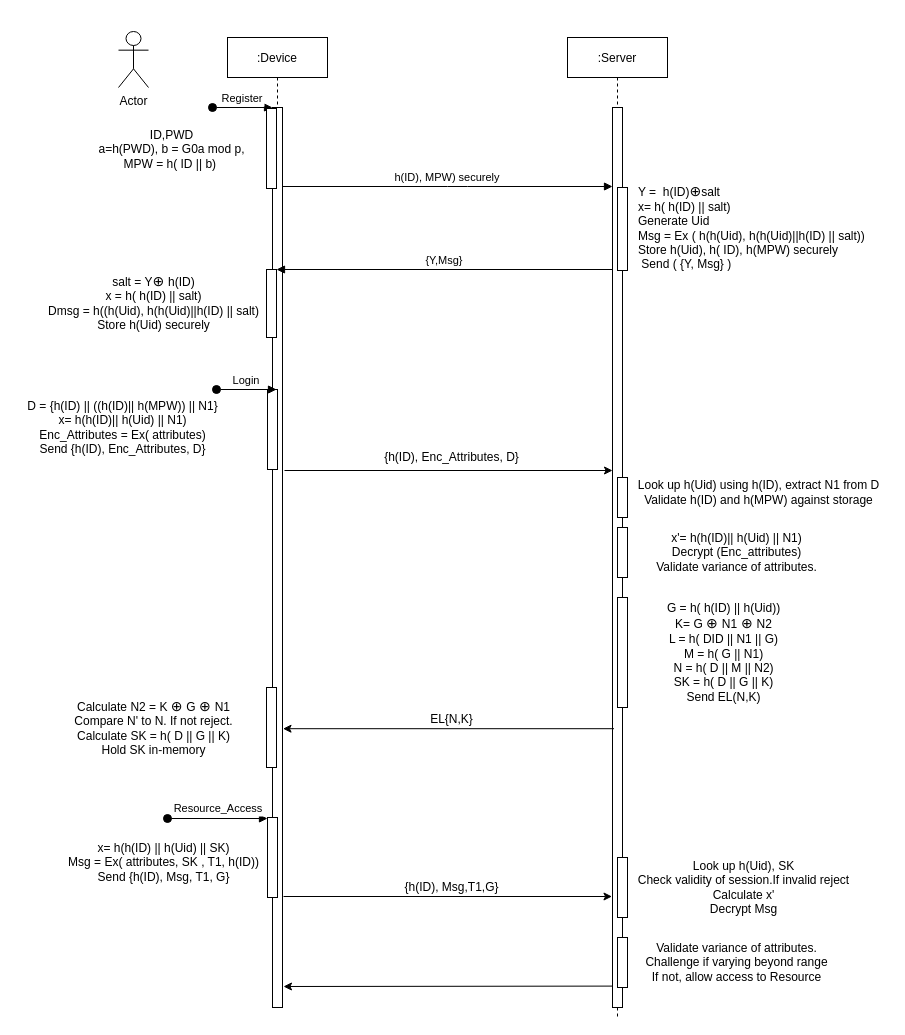
Above: ResourceAccess_Sequence_Diagram.drawio in vivinkrishnan/drawio (draw.io), before the change. Source tidied: cells renumbered, new cells numbered last; positions are measured from the earlier drawing's top-left corner, leaving out a move shared by most shapes. Both pictures are drawn from the tidied source at 100%, with x=0, y=0 at pixel (17, 31).
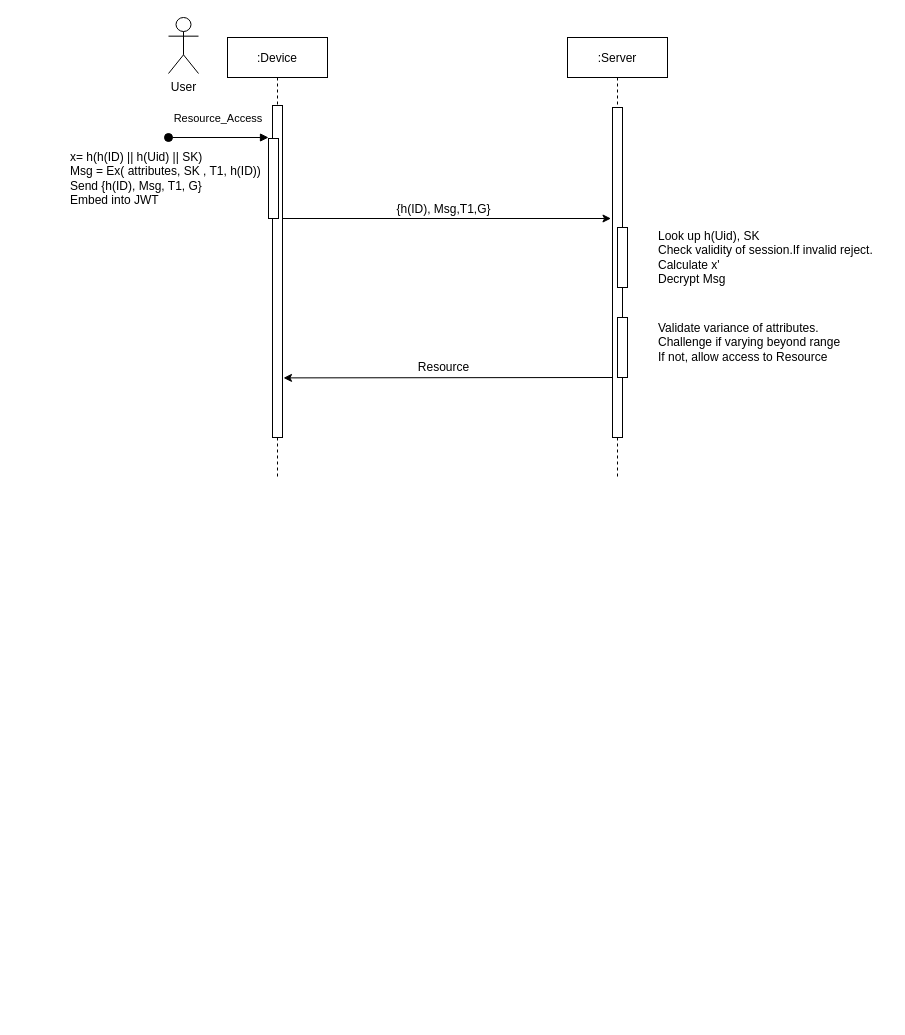
After the change.

What changed in the source:
```diff
@@
     <mxCell id="2" value=":Device" style="shape=umlLifeline;perimeter=lifelinePerimeter;rounded=0;shadow=0;strokeWidth=1;" parent="1" vertex="1">
-      <mxGeometry x="210" y="6" width="100" height="970" as="geometry" />
+      <mxGeometry x="210" y="6" width="100" height="440" as="geometry" />
     </mxCell>
-    <mxCell id="3" style="points=[];perimeter=orthogonalPerimeter;rounded=0;shadow=0;strokeWidth=1;" parent="2" vertex="1">
-      <mxGeometry x="45" y="70" width="10" height="900" as="geometry" />
-    </mxCell>
-    <mxCell id="4" value="Register" style="verticalAlign=bottom;startArrow=oval;endArrow=block;startSize=8;shadow=0;strokeWidth=1;" parent="2" edge="1" target="3">
-      <mxGeometry relative="1" as="geometry">
-        <mxPoint x="-15" y="70" as="sourcePoint" />
-      </mxGeometry>
-    </mxCell>
-    <mxCell id="5" style="points=[];perimeter=orthogonalPerimeter;rounded=0;shadow=0;strokeWidth=1;" parent="2" vertex="1">
-      <mxGeometry x="39" y="232" width="10" height="68" as="geometry" />
-    </mxCell>
-    <mxCell id="6" style="html=1;perimeter=orthogonalPerimeter;" parent="2" vertex="1">
-      <mxGeometry x="40" y="352" width="10" height="80" as="geometry" />
-    </mxCell>
-    <mxCell id="7" style="html=1;perimeter=orthogonalPerimeter;" parent="2" vertex="1">
-      <mxGeometry x="39" y="71" width="10" height="80" as="geometry" />
-    </mxCell>
-    <mxCell id="8" value="Login" style="verticalAlign=bottom;startArrow=oval;endArrow=block;startSize=8;shadow=0;strokeWidth=1;" parent="2" edge="1">
-      <mxGeometry relative="1" as="geometry">
-        <mxPoint x="-11" y="352" as="sourcePoint" />
-        <mxPoint x="49" y="352" as="targetPoint" />
-      </mxGeometry>
-    </mxCell>
-    <mxCell id="9" style="html=1;perimeter=orthogonalPerimeter;" parent="2" vertex="1">
-      <mxGeometry x="39" y="650" width="10" height="80" as="geometry" />
-    </mxCell>
-    <mxCell id="10" style="html=1;perimeter=orthogonalPerimeter;" parent="2" vertex="1">
-      <mxGeometry x="40" y="780" width="10" height="80" as="geometry" />
-    </mxCell>
-    <mxCell id="11" value="Resource_Access" style="verticalAlign=bottom;startArrow=oval;endArrow=block;startSize=8;shadow=0;strokeWidth=1;" parent="2" edge="1">
-      <mxGeometry x="0.02" y="1" relative="1" as="geometry">
-        <mxPoint x="-60" y="781" as="sourcePoint" />
-        <mxPoint x="40" y="781" as="targetPoint" />
-      </mxGeometry>
-    </mxCell>
     <mxCell id="12" value=":Server" style="shape=umlLifeline;perimeter=lifelinePerimeter;rounded=0;shadow=0;strokeWidth=1;" parent="1" vertex="1">
-      <mxGeometry x="550" y="6" width="100" height="980" as="geometry" />
+      <mxGeometry x="550" y="6" width="100" height="440" as="geometry" />
     </mxCell>
     <mxCell id="13" style="perimeter=orthogonalPerimeter;rounded=0;shadow=0;strokeWidth=1;" parent="12" vertex="1">
-      <mxGeometry x="45" y="70" width="10" height="900" as="geometry" />
+      <mxGeometry x="45" y="70" width="10" height="330" as="geometry" />
     </mxCell>
-    <mxCell id="14" style="html=1;perimeter=orthogonalPerimeter;" parent="12" vertex="1">
-      <mxGeometry x="50" y="150" width="10" height="83" as="geometry" />
-    </mxCell>
-    <mxCell id="15" style="html=1;perimeter=orthogonalPerimeter;" parent="12" vertex="1">
-      <mxGeometry x="50" y="820" width="10" height="60" as="geometry" />
-    </mxCell>
-    <mxCell id="16" style="html=1;perimeter=orthogonalPerimeter;" parent="12" vertex="1">
-      <mxGeometry x="50" y="900" width="10" height="50" as="geometry" />
-    </mxCell>
-    <mxCell id="17" style="html=1;perimeter=orthogonalPerimeter;" parent="12" vertex="1">
-      <mxGeometry x="50" y="440" width="10" height="40" as="geometry" />
-    </mxCell>
-    <mxCell id="18" style="html=1;perimeter=orthogonalPerimeter;" parent="12" vertex="1">
-      <mxGeometry x="50" y="490" width="10" height="50" as="geometry" />
-    </mxCell>
-    <mxCell id="19" style="html=1;perimeter=orthogonalPerimeter;" parent="12" vertex="1">
-      <mxGeometry x="50" y="560" width="10" height="110" as="geometry" />
-    </mxCell>
-    <mxCell id="20" value="h(ID), MPW) securely" style="verticalAlign=bottom;endArrow=block;entryX=0;entryY=0;shadow=0;strokeWidth=1;" parent="1" edge="1">
-      <mxGeometry relative="1" as="geometry">
-        <mxPoint x="265" y="155" as="sourcePoint" />
-        <mxPoint x="595" y="155" as="targetPoint" />
-        <Array as="points">
-          <mxPoint x="440" y="155" />
-        </Array>
-      </mxGeometry>
-    </mxCell>
-    <mxCell id="21" value="{Y,Msg}" style="verticalAlign=bottom;endArrow=block;entryX=1;entryY=0;shadow=0;strokeWidth=1;" parent="1" edge="1" target="5">
-      <mxGeometry relative="1" as="geometry">
-        <mxPoint x="595" y="238" as="sourcePoint" />
-      </mxGeometry>
-    </mxCell>
+    <mxCell id="38" style="endArrow=classic;html=1;rounded=0;exitX=0;exitY=0.972;exitDx=0;exitDy=0;exitPerimeter=0;" parent="12" edge="1">
+      <mxGeometry relative="1" as="geometry">
+        <mxPoint x="45" y="340" as="sourcePoint" />
+        <mxPoint x="-284" y="340.4" as="targetPoint" />
+      </mxGeometry>
+    </mxCell>
+    <mxCell id="41" style="html=1;perimeter=orthogonalPerimeter;" parent="12" vertex="1">
+      <mxGeometry x="50" y="280" width="10" height="60" as="geometry" />
+    </mxCell>
+    <mxCell id="42" style="html=1;perimeter=orthogonalPerimeter;" parent="12" vertex="1">
+      <mxGeometry x="50" y="190" width="10" height="60" as="geometry" />
+    </mxCell>
-    <mxCell id="22" value="Actor" style="shape=umlActor;verticalLabelPosition=bottom;verticalAlign=top;html=1;" parent="1" vertex="1">
-      <mxGeometry x="101" width="30" height="56" as="geometry" />
+    <mxCell id="22" value="User" style="shape=umlActor;verticalLabelPosition=bottom;verticalAlign=top;html=1;" parent="1" vertex="1">
+      <mxGeometry x="151" y="-14" width="30" height="56" as="geometry" />
     </mxCell>
-    <mxCell id="23" value="ID,PWD&lt;br&gt;a=h(PWD), b = G0a mod p,&lt;br&gt;MPW = h( ID || b)&amp;nbsp;" style="text;html=1;align=center;verticalAlign=middle;strokeColor=none;fillColor=none;" parent="1" vertex="1">
-      <mxGeometry x="74" y="93" width="160" height="50" as="geometry" />
-    </mxCell>
-    <mxCell id="24" value="Y =&amp;nbsp; h(ID)&lt;span id=&quot;docs-internal-guid-e49e2a0b-7fff-2932-c1dd-dcc5686d5943&quot;&gt;&lt;span style=&quot;background-color: rgb(255 , 255 , 255) ; vertical-align: baseline&quot;&gt;&lt;font style=&quot;font-size: 14px&quot;&gt;⊕&lt;/font&gt;&lt;/span&gt;&lt;/span&gt;salt &lt;br&gt;x= h( h(ID) || salt)&lt;br&gt;Generate Uid&lt;br&gt;Msg = Ex ( h(h(Uid), h(h(Uid)||h(ID) || salt))&lt;br&gt;Store h(Uid), h( ID), h(MPW) securely&lt;br&gt;&amp;nbsp;Send ( {Y, Msg} )" style="text;html=1;align=left;verticalAlign=middle;strokeColor=none;fillColor=none;" parent="1" vertex="1">
-      <mxGeometry x="619" y="151" width="240" height="90" as="geometry" />
-    </mxCell>
-    <mxCell id="25" value="salt = Y&lt;span style=&quot;font-size: 14px ; text-align: left ; background-color: rgb(255 , 255 , 255)&quot;&gt;⊕ &lt;/span&gt;&lt;span style=&quot;text-align: left ; background-color: rgb(255 , 255 , 255)&quot;&gt;&lt;font style=&quot;font-size: 12px&quot;&gt;h(ID)&lt;br&gt;x = h( h(ID) || salt)&lt;br&gt;Dmsg = h(&lt;/font&gt;&lt;/span&gt;&lt;span style=&quot;text-align: left&quot;&gt;(h(Uid), h(h(Uid)||h(ID) || salt)&lt;br&gt;&lt;/span&gt;&lt;span style=&quot;text-align: left ; background-color: rgb(255 , 255 , 255)&quot;&gt;&lt;font style=&quot;font-size: 12px&quot;&gt;Store h(Uid) securely&lt;br&gt;&lt;/font&gt;&lt;/span&gt;" style="text;html=1;align=center;verticalAlign=middle;strokeColor=none;fillColor=none;" parent="1" vertex="1">
-      <mxGeometry x="21" y="241" width="230" height="60" as="geometry" />
-    </mxCell>
-    <mxCell id="26" value="D = {h(ID) || ((h(ID)|| h(MPW)) || N1}&lt;br&gt;x= h(h(ID)|| h(Uid) || N1)&lt;br&gt;Enc_Attributes = Ex( attributes)&lt;br&gt;Send {h(ID), Enc_Attributes, D}" style="text;html=1;align=center;verticalAlign=middle;strokeColor=none;fillColor=none;fontSize=12;fontFamily=Helvetica;fontColor=#000000;" parent="1" vertex="1">
-      <mxGeometry y="366" width="210" height="60" as="geometry" />
-    </mxCell>
-    <mxCell id="27" style="endArrow=classic;html=1;rounded=0;fontFamily=Helvetica;fontSize=12;fontColor=#000000;" parent="1" edge="1">
-      <mxGeometry relative="1" as="geometry">
-        <mxPoint x="267" y="439" as="sourcePoint" />
-        <mxPoint x="595" y="439" as="targetPoint" />
-      </mxGeometry>
-    </mxCell>
-    <mxCell id="28" value="{h(ID), Enc_Attributes, D}" style="text;html=1;align=center;verticalAlign=middle;strokeColor=none;fillColor=none;fontSize=12;fontFamily=Helvetica;fontColor=#000000;" parent="1" vertex="1">
-      <mxGeometry x="359" y="416" width="150" height="20" as="geometry" />
-    </mxCell>
-    <mxCell id="29" value="Look up h(Uid) using h(ID), extract N1 from D&lt;br&gt;Validate h(ID) and h(MPW) against storage&lt;span style=&quot;text-align: left ; background-color: rgb(255 , 255 , 255)&quot;&gt;&lt;font style=&quot;font-size: 12px&quot;&gt;&lt;br&gt;&lt;/font&gt;&lt;/span&gt;" style="text;html=1;align=center;verticalAlign=middle;strokeColor=none;fillColor=none;fontSize=12;fontFamily=Helvetica;fontColor=#000000;" parent="1" vertex="1">
-      <mxGeometry x="611" y="446" width="260" height="30" as="geometry" />
-    </mxCell>
-    <mxCell id="30" style="endArrow=classic;html=1;rounded=0;" parent="1" edge="1">
-      <mxGeometry relative="1" as="geometry">
-        <mxPoint x="596.5" y="697.2" as="sourcePoint" />
-        <mxPoint x="265.5" y="697.2" as="targetPoint" />
-      </mxGeometry>
-    </mxCell>
-    <mxCell id="31" value="EL{N,K}" style="text;html=1;align=center;verticalAlign=middle;strokeColor=none;fillColor=none;" parent="1" vertex="1">
-      <mxGeometry x="404" y="678" width="60" height="20" as="geometry" />
-    </mxCell>
-    <mxCell id="32" value="Calculate N2 = K&amp;nbsp;&lt;span style=&quot;font-size: 14px ; text-align: left ; background-color: rgb(255 , 255 , 255)&quot;&gt;⊕&amp;nbsp;&lt;/span&gt;G&amp;nbsp;&lt;span style=&quot;font-size: 14px ; text-align: left ; background-color: rgb(255 , 255 , 255)&quot;&gt;⊕&amp;nbsp;&lt;/span&gt;&lt;span style=&quot;text-align: left ; background-color: rgb(255 , 255 , 255)&quot;&gt;N1&lt;br&gt;&lt;/span&gt;Compare N' to N. If not reject.&lt;br&gt;Calculate SK = h( D || G || K)&lt;br&gt;Hold SK in-memory&lt;br&gt;" style="text;html=1;align=center;verticalAlign=middle;strokeColor=none;fillColor=none;" parent="1" vertex="1">
-      <mxGeometry x="51" y="666" width="170" height="60" as="geometry" />
-    </mxCell>
-    <mxCell id="33" value="x= h(h(ID) || h(Uid) || SK)&lt;br&gt;Msg = Ex( attributes, SK , T1, h(ID))&lt;br&gt;Send {h(ID), Msg, T1, G}" style="text;html=1;align=center;verticalAlign=middle;strokeColor=none;fillColor=none;" parent="1" vertex="1">
-      <mxGeometry x="41" y="806" width="210" height="50" as="geometry" />
+    <mxCell id="33" value="x= h(h(ID) || h(Uid) || SK)&lt;br&gt;Msg = Ex( attributes, SK , T1, h(ID))&lt;br&gt;Send {h(ID), Msg, T1, G}&lt;br&gt;Embed into JWT" style="text;html=1;align=left;verticalAlign=middle;strokeColor=none;fillColor=none;" parent="1" vertex="1">
+      <mxGeometry x="51" y="117" width="210" height="60" as="geometry" />
     </mxCell>
     <mxCell id="34" style="endArrow=classic;html=1;rounded=0;" parent="1" edge="1">
       <mxGeometry relative="1" as="geometry">
-        <mxPoint x="266" y="865" as="sourcePoint" />
-        <mxPoint x="594.5" y="865" as="targetPoint" />
+        <mxPoint x="265" y="187" as="sourcePoint" />
+        <mxPoint x="593.5" y="187" as="targetPoint" />
       </mxGeometry>
     </mxCell>
     <mxCell id="35" value="{h(ID), Msg,T1,G}" style="text;html=1;align=center;verticalAlign=middle;strokeColor=none;fillColor=none;" parent="1" vertex="1">
-      <mxGeometry x="379" y="846" width="110" height="20" as="geometry" />
+      <mxGeometry x="371" y="168" width="110" height="20" as="geometry" />
     </mxCell>
-    <mxCell id="36" value="Look up h(Uid), SK&lt;br&gt;Check validity of session.If invalid reject&lt;br&gt;Calculate x'&lt;br&gt;Decrypt Msg" style="text;html=1;align=center;verticalAlign=middle;strokeColor=none;fillColor=none;" parent="1" vertex="1">
-      <mxGeometry x="611" y="826" width="230" height="60" as="geometry" />
+    <mxCell id="36" value="Look up h(Uid), SK&lt;br&gt;Check validity of session.If invalid reject.&lt;br&gt;Calculate x'&lt;br&gt;Decrypt Msg" style="text;html=1;align=left;verticalAlign=middle;strokeColor=none;fillColor=none;" parent="1" vertex="1">
+      <mxGeometry x="639" y="196" width="230" height="60" as="geometry" />
     </mxCell>
-    <mxCell id="37" value="Validate variance of attributes.&lt;br&gt;Challenge if varying beyond range&lt;br&gt;If not, allow access to Resource" style="text;html=1;align=center;verticalAlign=middle;strokeColor=none;fillColor=none;" parent="1" vertex="1">
-      <mxGeometry x="619" y="906" width="200" height="50" as="geometry" />
+    <mxCell id="37" value="Validate variance of attributes.&lt;br&gt;Challenge if varying beyond range&lt;br&gt;If not, allow access to Resource" style="text;html=1;align=left;verticalAlign=middle;strokeColor=none;fillColor=none;" parent="1" vertex="1">
+      <mxGeometry x="639" y="286" width="200" height="50" as="geometry" />
     </mxCell>
-    <mxCell id="38" style="endArrow=classic;html=1;rounded=0;exitX=0;exitY=0.972;exitDx=0;exitDy=0;exitPerimeter=0;" parent="1" edge="1">
-      <mxGeometry relative="1" as="geometry">
-        <mxPoint x="595" y="954.6" as="sourcePoint" />
-        <mxPoint x="266" y="955" as="targetPoint" />
-      </mxGeometry>
-    </mxCell>
-    <mxCell id="39" value="x'= h(h(ID)|| h(Uid) || N1)&lt;br&gt;Decrypt (Enc_attributes)&lt;br&gt;Validate variance of attributes." style="text;html=1;align=center;verticalAlign=middle;strokeColor=none;fillColor=none;" parent="1" vertex="1">
-      <mxGeometry x="629" y="496" width="180" height="50" as="geometry" />
-    </mxCell>
-    <mxCell id="40" value="G = h( h(ID) || h(Uid))&lt;br&gt;K= G&amp;nbsp;&lt;span style=&quot;font-size: 14px ; text-align: left ; background-color: rgb(255 , 255 , 255)&quot;&gt;⊕&amp;nbsp;&lt;/span&gt;&lt;span style=&quot;text-align: left ; background-color: rgb(255 , 255 , 255)&quot;&gt;N1&lt;/span&gt;&lt;span style=&quot;font-size: 14px ; text-align: left ; background-color: rgb(255 , 255 , 255)&quot;&gt;&amp;nbsp;&lt;/span&gt;&lt;span style=&quot;font-size: 14px ; text-align: left ; background-color: rgb(255 , 255 , 255)&quot;&gt;⊕&amp;nbsp;&lt;/span&gt;&lt;span style=&quot;text-align: left ; background-color: rgb(255 , 255 , 255)&quot;&gt;N2&lt;br&gt;L = h( DID || N1 || G)&lt;br&gt;M = h( G || N1)&lt;br&gt;N = h( D || M || N2)&lt;br&gt;SK = h( D || G || K)&lt;br&gt;Send EL(N,K)&lt;/span&gt;" style="text;html=1;align=center;verticalAlign=middle;strokeColor=none;fillColor=none;" parent="1" vertex="1">
-      <mxGeometry x="641" y="571" width="130" height="100" as="geometry" />
-    </mxCell>
+    <mxCell id="3" style="points=[];perimeter=orthogonalPerimeter;rounded=0;shadow=0;strokeWidth=1;" parent="1" vertex="1">
+      <mxGeometry x="255" y="74" width="10" height="332" as="geometry" />
+    </mxCell>
+    <mxCell id="11" value="Resource_Access" style="verticalAlign=bottom;startArrow=oval;endArrow=block;startSize=8;shadow=0;strokeWidth=1;" parent="1" edge="1">
+      <mxGeometry y="10" relative="1" as="geometry">
+        <mxPoint x="151" y="106" as="sourcePoint" />
+        <mxPoint x="251" y="106" as="targetPoint" />
+      </mxGeometry>
+    </mxCell>
+    <mxCell id="43" style="html=1;perimeter=orthogonalPerimeter;" parent="1" vertex="1">
+      <mxGeometry x="251" y="107" width="10" height="80" as="geometry" />
+    </mxCell>
+    <mxCell id="44" value="Resource" style="text;html=1;align=center;verticalAlign=middle;strokeColor=none;fillColor=none;" parent="1" vertex="1">
+      <mxGeometry x="391" y="326" width="70" height="20" as="geometry" />
+    </mxCell>
```
